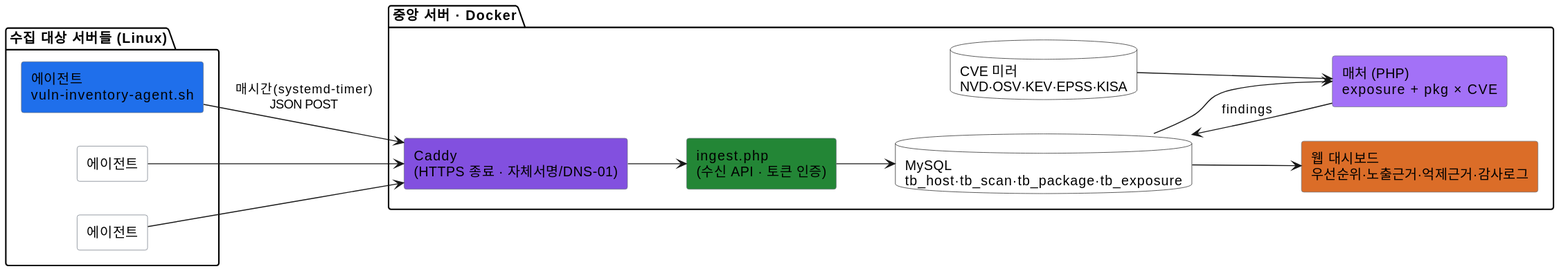
Before: docs/specs/diagrams/시스템개요.svg, a diagram exported from PlantUML (JeongDoWook/vuln-agent).
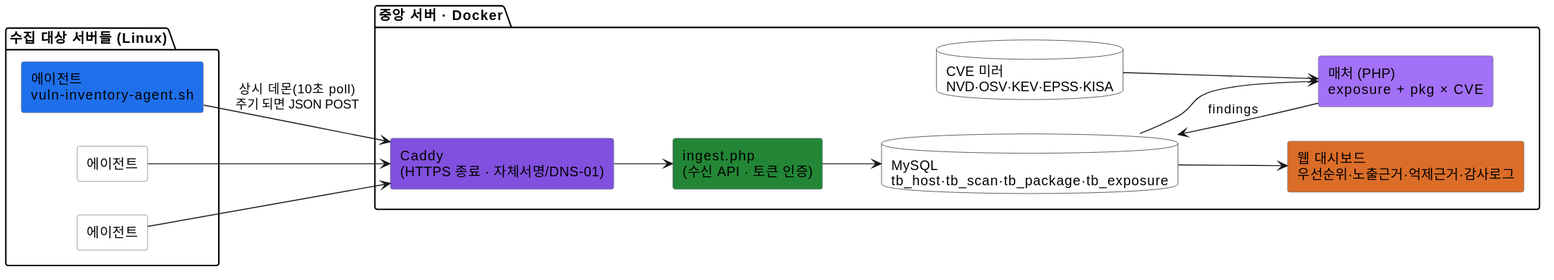
After the commit.

Commit message:
docs: 상시 데몬(10초 poll) 전환 반영 — 옛 systemd-timer/매시간 서술 최신화 (#396)

Diff of the diagram source:
```diff
@@ -23,7 +23,7 @@
     rectangle "웹 대시보드\n우선순위·노출근거·억제근거·감사로그" as WEB #db6d28
 }
 
-A1 --> CADDY : 매시간(systemd-timer)\nJSON POST
+A1 --> CADDY : 상시 데몬(10초 poll)\n주기 되면 JSON POST
 A2 --> CADDY
 A3 --> CADDY
 CADDY --> ING
```
